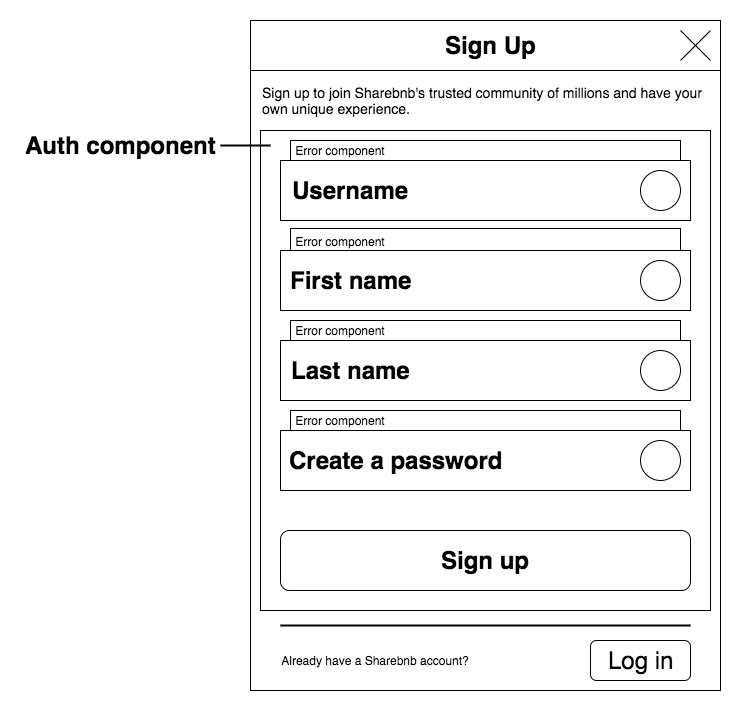
aliciasavelly/Sharebnb keeps this draw.io diagram as docs/wireframes/create-account.png. Above is the earlier version. Source tidied: cells renumbered, new cells last; positions are measured from the earlier drawing's top-left corner, leaving out a move shared by most shapes. Source of this version:
```xml
<mxGraphModel background="#ffffff">
  <root>
    <mxCell id="0" />
    <mxCell id="1" parent="0" />
    <mxCell id="2" style="whiteSpace=wrap;html=1;" parent="1" vertex="1">
      <mxGeometry x="230" width="470" height="670" as="geometry" />
    </mxCell>
    <mxCell id="3" style="whiteSpace=wrap;html=1;" parent="1" vertex="1">
      <mxGeometry x="240" y="110" width="450" height="480" as="geometry" />
    </mxCell>
    <mxCell id="4" style="whiteSpace=wrap;html=1;" parent="1" vertex="1">
      <mxGeometry x="230" width="470" height="50" as="geometry" />
    </mxCell>
    <mxCell id="5" style="endArrow=none;html=1;" parent="1" edge="1">
      <mxGeometry relative="1" as="geometry">
        <mxPoint x="660" y="10" as="sourcePoint" />
        <mxPoint x="690" y="40" as="targetPoint" />
      </mxGeometry>
    </mxCell>
    <mxCell id="6" style="endArrow=none;html=1;" parent="1" edge="1">
      <mxGeometry relative="1" as="geometry">
        <mxPoint x="660" y="40" as="sourcePoint" />
        <mxPoint x="690" y="10" as="targetPoint" />
      </mxGeometry>
    </mxCell>
    <mxCell id="7" value="Sign Up" style="text;html=1;fontSize=24;fontStyle=1;verticalAlign=middle;align=center;" parent="1" vertex="1">
      <mxGeometry x="420" y="5" width="100" height="40" as="geometry" />
    </mxCell>
    <object id="8" label="&lt;div style=&quot;text-align: left&quot;&gt;&lt;span&gt;&lt;font style=&quot;font-size: 14px&quot;&gt;Sign up to join Sharebnb's trusted community of millions and have your own unique experience.&lt;/font&gt;&lt;/span&gt;&lt;/div&gt;" name="Variable" placeholders="1">
      <mxCell style="text;html=1;strokeColor=none;fillColor=none;align=center;verticalAlign=middle;whiteSpace=wrap;overflow=hidden;" parent="1" vertex="1">
        <mxGeometry x="240" y="60" width="450" height="40" as="geometry" />
      </mxCell>
    </object>
    <mxCell id="9" style="line;strokeWidth=2;html=1;" parent="1" vertex="1">
      <mxGeometry x="200" y="120" width="50" height="10" as="geometry" />
    </mxCell>
    <mxCell id="10" value="Auth component" style="text;html=1;fontSize=24;fontStyle=1;verticalAlign=middle;align=center;" parent="1" vertex="1">
      <mxGeometry y="105" width="200" height="40" as="geometry" />
    </mxCell>
    <mxCell id="11" style="whiteSpace=wrap;html=1;" parent="1" vertex="1">
      <mxGeometry x="270" y="120" width="390" height="20" as="geometry" />
    </mxCell>
    <mxCell id="12" style="whiteSpace=wrap;html=1;" parent="1" vertex="1">
      <mxGeometry x="260" y="140" width="410" height="60" as="geometry" />
    </mxCell>
    <mxCell id="13" style="whiteSpace=wrap;html=1;" parent="1" vertex="1">
      <mxGeometry x="270" y="208" width="390" height="25" as="geometry" />
    </mxCell>
    <mxCell id="14" style="whiteSpace=wrap;html=1;" parent="1" vertex="1">
      <mxGeometry x="260" y="230" width="410" height="60" as="geometry" />
    </mxCell>
    <mxCell id="15" value="Error component" style="text;html=1;strokeColor=none;fillColor=none;align=center;verticalAlign=middle;whiteSpace=wrap;" parent="1" vertex="1">
      <mxGeometry x="260" y="120" width="120" height="20" as="geometry" />
    </mxCell>
    <mxCell id="16" value="Error component" style="text;html=1;strokeColor=none;fillColor=none;align=center;verticalAlign=middle;whiteSpace=wrap;" parent="1" vertex="1">
      <mxGeometry x="260" y="211" width="120" height="20" as="geometry" />
    </mxCell>
    <mxCell id="17" value="Username" style="text;html=1;fontSize=24;fontStyle=1;verticalAlign=middle;align=center;" parent="1" vertex="1">
      <mxGeometry x="270" y="150" width="120" height="40" as="geometry" />
    </mxCell>
    <mxCell id="18" value="First name" style="text;html=1;fontSize=24;fontStyle=1;verticalAlign=middle;align=center;" parent="1" vertex="1">
      <mxGeometry x="270" y="240" width="120" height="40" as="geometry" />
    </mxCell>
    <mxCell id="19" style="whiteSpace=wrap;html=1;" parent="1" vertex="1">
      <mxGeometry x="260" y="320" width="410" height="60" as="geometry" />
    </mxCell>
    <mxCell id="20" style="whiteSpace=wrap;html=1;" parent="1" vertex="1">
      <mxGeometry x="260" y="410" width="410" height="60" as="geometry" />
    </mxCell>
    <mxCell id="21" style="whiteSpace=wrap;html=1;" parent="1" vertex="1">
      <mxGeometry x="270" y="390" width="390" height="20" as="geometry" />
    </mxCell>
    <mxCell id="22" style="whiteSpace=wrap;html=1;" parent="1" vertex="1">
      <mxGeometry x="270" y="300" width="390" height="20" as="geometry" />
    </mxCell>
    <mxCell id="23" value="Error component" style="text;html=1;strokeColor=none;fillColor=none;align=center;verticalAlign=middle;whiteSpace=wrap;" parent="1" vertex="1">
      <mxGeometry x="260" y="300" width="120" height="20" as="geometry" />
    </mxCell>
    <mxCell id="24" value="Error component" style="text;html=1;strokeColor=none;fillColor=none;align=center;verticalAlign=middle;whiteSpace=wrap;" parent="1" vertex="1">
      <mxGeometry x="260" y="390" width="120" height="20" as="geometry" />
    </mxCell>
    <mxCell id="25" value="Create a password" style="text;html=1;fontSize=24;fontStyle=1;verticalAlign=middle;align=center;" parent="1" vertex="1">
      <mxGeometry x="270" y="420" width="210" height="40" as="geometry" />
    </mxCell>
    <mxCell id="26" value="Last name" style="text;html=1;fontSize=24;fontStyle=1;verticalAlign=middle;align=center;" parent="1" vertex="1">
      <mxGeometry x="270" y="330" width="120" height="40" as="geometry" />
    </mxCell>
    <mxCell id="27" style="ellipse;whiteSpace=wrap;html=1;" parent="1" vertex="1">
      <mxGeometry x="620" y="150" width="40" height="40" as="geometry" />
    </mxCell>
    <mxCell id="28" style="ellipse;whiteSpace=wrap;html=1;" parent="1" vertex="1">
      <mxGeometry x="620" y="420" width="40" height="40" as="geometry" />
    </mxCell>
    <mxCell id="29" style="ellipse;whiteSpace=wrap;html=1;" parent="1" vertex="1">
      <mxGeometry x="620" y="330" width="40" height="40" as="geometry" />
    </mxCell>
    <mxCell id="30" style="ellipse;whiteSpace=wrap;html=1;" parent="1" vertex="1">
      <mxGeometry x="620" y="240" width="40" height="40" as="geometry" />
    </mxCell>
    <mxCell id="31" style="rounded=1;whiteSpace=wrap;html=1;" parent="1" vertex="1">
      <mxGeometry x="260" y="510" width="410" height="60" as="geometry" />
    </mxCell>
    <mxCell id="32" value="Sign up" style="text;html=1;fontSize=24;fontStyle=1;verticalAlign=middle;align=center;" parent="1" vertex="1">
      <mxGeometry x="360" y="520" width="210" height="40" as="geometry" />
    </mxCell>
    <mxCell id="33" style="line;strokeWidth=2;html=1;" parent="1" vertex="1">
      <mxGeometry x="260" y="600" width="410" height="10" as="geometry" />
    </mxCell>
    <mxCell id="34" value="&lt;div style=&quot;text-align: left&quot;&gt;&lt;span&gt;Already have a Sharebnb account?&lt;/span&gt;&lt;/div&gt;" style="text;html=1;strokeColor=none;fillColor=none;align=center;verticalAlign=middle;whiteSpace=wrap;" parent="1" vertex="1">
      <mxGeometry x="260" y="630" width="190" height="20" as="geometry" />
    </mxCell>
    <mxCell id="35" style="rounded=1;whiteSpace=wrap;html=1;" parent="1" vertex="1">
      <mxGeometry x="570" y="620" width="100" height="40" as="geometry" />
    </mxCell>
    <mxCell id="36" value="&lt;span style=&quot;font-weight: normal&quot;&gt;Log in&lt;/span&gt;" style="text;html=1;fontSize=24;fontStyle=1;verticalAlign=middle;align=center;" parent="1" vertex="1">
      <mxGeometry x="570" y="620" width="100" height="40" as="geometry" />
    </mxCell>
  </root>
</mxGraphModel>
```
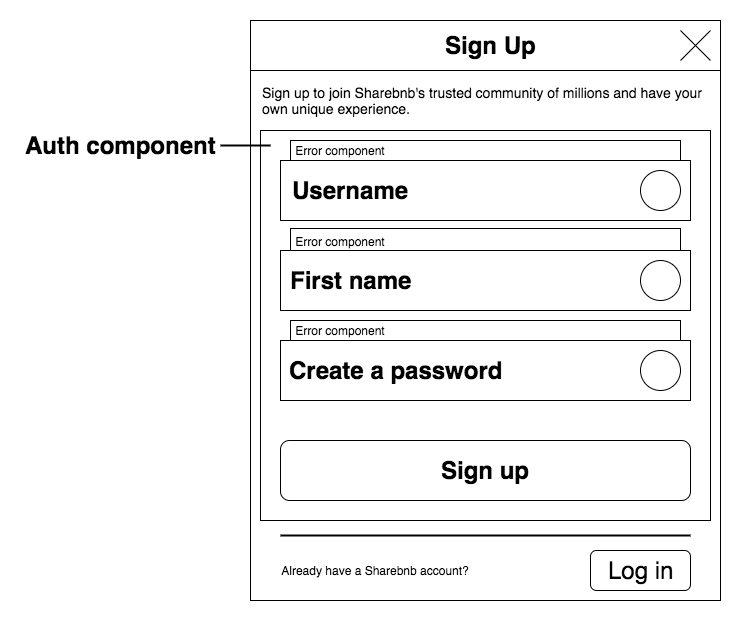
The same file after the commit.

The edit, as a diff of the source:
```diff
@@ -3,10 +3,10 @@
     <mxCell id="0" />
     <mxCell id="1" parent="0" />
     <mxCell id="2" style="whiteSpace=wrap;html=1;" parent="1" vertex="1">
-      <mxGeometry x="230" width="470" height="670" as="geometry" />
+      <mxGeometry x="230" width="470" height="580" as="geometry" />
     </mxCell>
     <mxCell id="3" style="whiteSpace=wrap;html=1;" parent="1" vertex="1">
-      <mxGeometry x="240" y="110" width="450" height="480" as="geometry" />
+      <mxGeometry x="240" y="110" width="450" height="390" as="geometry" />
     </mxCell>
     <mxCell id="4" style="whiteSpace=wrap;html=1;" parent="1" vertex="1">
       <mxGeometry x="230" width="470" height="50" as="geometry" />
@@ -64,33 +64,18 @@
     <mxCell id="19" style="whiteSpace=wrap;html=1;" parent="1" vertex="1">
       <mxGeometry x="260" y="320" width="410" height="60" as="geometry" />
     </mxCell>
-    <mxCell id="20" style="whiteSpace=wrap;html=1;" parent="1" vertex="1">
-      <mxGeometry x="260" y="410" width="410" height="60" as="geometry" />
-    </mxCell>
-    <mxCell id="21" style="whiteSpace=wrap;html=1;" parent="1" vertex="1">
-      <mxGeometry x="270" y="390" width="390" height="20" as="geometry" />
-    </mxCell>
     <mxCell id="22" style="whiteSpace=wrap;html=1;" parent="1" vertex="1">
       <mxGeometry x="270" y="300" width="390" height="20" as="geometry" />
     </mxCell>
     <mxCell id="23" value="Error component" style="text;html=1;strokeColor=none;fillColor=none;align=center;verticalAlign=middle;whiteSpace=wrap;" parent="1" vertex="1">
       <mxGeometry x="260" y="300" width="120" height="20" as="geometry" />
     </mxCell>
-    <mxCell id="24" value="Error component" style="text;html=1;strokeColor=none;fillColor=none;align=center;verticalAlign=middle;whiteSpace=wrap;" parent="1" vertex="1">
-      <mxGeometry x="260" y="390" width="120" height="20" as="geometry" />
-    </mxCell>
-    <mxCell id="25" value="Create a password" style="text;html=1;fontSize=24;fontStyle=1;verticalAlign=middle;align=center;" parent="1" vertex="1">
-      <mxGeometry x="270" y="420" width="210" height="40" as="geometry" />
-    </mxCell>
-    <mxCell id="26" value="Last name" style="text;html=1;fontSize=24;fontStyle=1;verticalAlign=middle;align=center;" parent="1" vertex="1">
-      <mxGeometry x="270" y="330" width="120" height="40" as="geometry" />
+    <mxCell id="26" value="Create a password" style="text;html=1;fontSize=24;fontStyle=1;verticalAlign=middle;align=center;" parent="1" vertex="1">
+      <mxGeometry x="270" y="330" width="210" height="40" as="geometry" />
     </mxCell>
     <mxCell id="27" style="ellipse;whiteSpace=wrap;html=1;" parent="1" vertex="1">
       <mxGeometry x="620" y="150" width="40" height="40" as="geometry" />
     </mxCell>
-    <mxCell id="28" style="ellipse;whiteSpace=wrap;html=1;" parent="1" vertex="1">
-      <mxGeometry x="620" y="420" width="40" height="40" as="geometry" />
-    </mxCell>
     <mxCell id="29" style="ellipse;whiteSpace=wrap;html=1;" parent="1" vertex="1">
       <mxGeometry x="620" y="330" width="40" height="40" as="geometry" />
     </mxCell>
@@ -98,22 +83,22 @@
       <mxGeometry x="620" y="240" width="40" height="40" as="geometry" />
     </mxCell>
     <mxCell id="31" style="rounded=1;whiteSpace=wrap;html=1;" parent="1" vertex="1">
-      <mxGeometry x="260" y="510" width="410" height="60" as="geometry" />
+      <mxGeometry x="260" y="420" width="410" height="60" as="geometry" />
     </mxCell>
     <mxCell id="32" value="Sign up" style="text;html=1;fontSize=24;fontStyle=1;verticalAlign=middle;align=center;" parent="1" vertex="1">
-      <mxGeometry x="360" y="520" width="210" height="40" as="geometry" />
+      <mxGeometry x="360" y="430" width="210" height="40" as="geometry" />
     </mxCell>
     <mxCell id="33" style="line;strokeWidth=2;html=1;" parent="1" vertex="1">
-      <mxGeometry x="260" y="600" width="410" height="10" as="geometry" />
+      <mxGeometry x="260" y="510" width="410" height="10" as="geometry" />
     </mxCell>
     <mxCell id="34" value="&lt;div style=&quot;text-align: left&quot;&gt;&lt;span&gt;Already have a Sharebnb account?&lt;/span&gt;&lt;/div&gt;" style="text;html=1;strokeColor=none;fillColor=none;align=center;verticalAlign=middle;whiteSpace=wrap;" parent="1" vertex="1">
-      <mxGeometry x="260" y="630" width="190" height="20" as="geometry" />
+      <mxGeometry x="260" y="540" width="190" height="20" as="geometry" />
     </mxCell>
     <mxCell id="35" style="rounded=1;whiteSpace=wrap;html=1;" parent="1" vertex="1">
-      <mxGeometry x="570" y="620" width="100" height="40" as="geometry" />
+      <mxGeometry x="570" y="530" width="100" height="40" as="geometry" />
     </mxCell>
     <mxCell id="36" value="&lt;span style=&quot;font-weight: normal&quot;&gt;Log in&lt;/span&gt;" style="text;html=1;fontSize=24;fontStyle=1;verticalAlign=middle;align=center;" parent="1" vertex="1">
-      <mxGeometry x="570" y="620" width="100" height="40" as="geometry" />
+      <mxGeometry x="570" y="530" width="100" height="40" as="geometry" />
     </mxCell>
   </root>
 </mxGraphModel>
```
